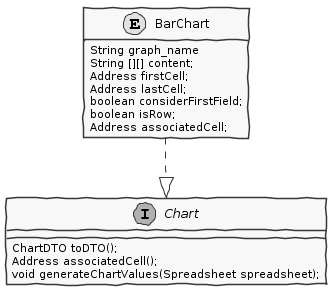
Fuel4us/EventManagingApp keeps this PlantUML diagram as docs/red/1160630/sp1/domain.png. Above is the earlier version.
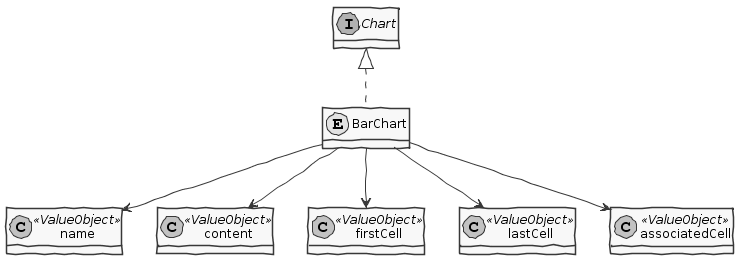
The same file after the commit.

Diff of the diagram source:
```diff
@@ -7,21 +7,19 @@
 
 hide empty methods
 
-class BarChart << (E,yellow) >> {
-	String graph_name
-	String [][] content;
-	Address firstCell;
-	Address lastCell;
-	boolean considerFirstField;
-    boolean isRow;
-    Address associatedCell;
-}
+interface Chart
+class name << ValueObject >>
+class content  << ValueObject >>
+class firstCell  << ValueObject >>
+class lastCell  << ValueObject >>
+class associatedCell  << ValueObject >>
 
-interface Chart{
-    ChartDTO toDTO();
-    Address associatedCell();
-    void generateChartValues(Spreadsheet spreadsheet);
-}
+class BarChart << (E,yellow) >>
 
- BarChart ..|> Chart
+Chart <|.. BarChart
+BarChart --> name
+BarChart --> content
+BarChart --> firstCell
+BarChart --> lastCell
+BarChart --> associatedCell
 @enduml
```
